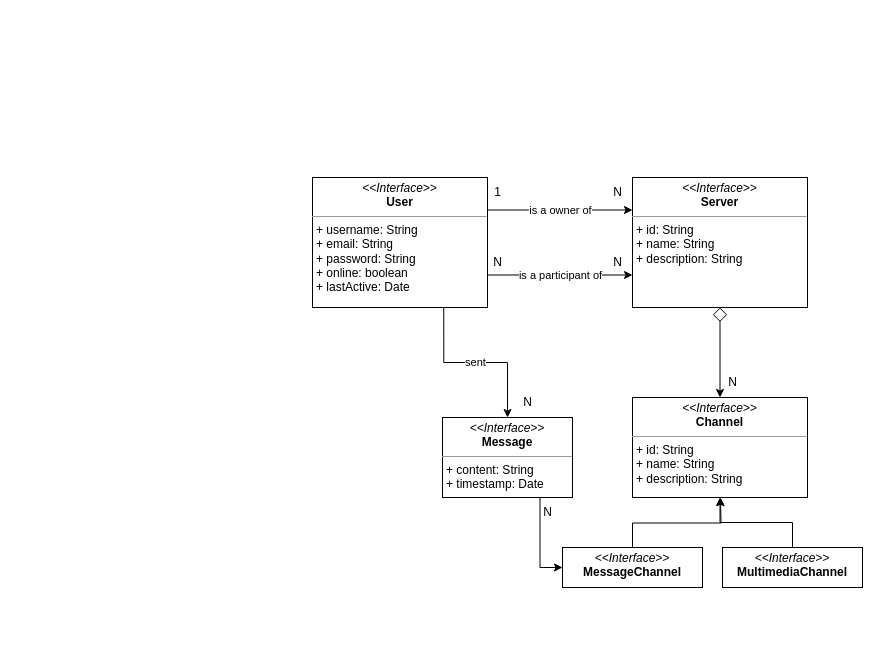
zucchero-sintattico/piperchat keeps this draw.io diagram as page "Dominio" (10 of 11) of resources/piperchat.drawio. Above is the earlier version. Source tidied: cells renumbered, new cells numbered last; positions are measured from the earlier drawing's top-left corner, leaving out a move shared by most shapes. Both pictures are drawn from the tidied source at 100%, with x=0, y=0 at pixel (312, 177).
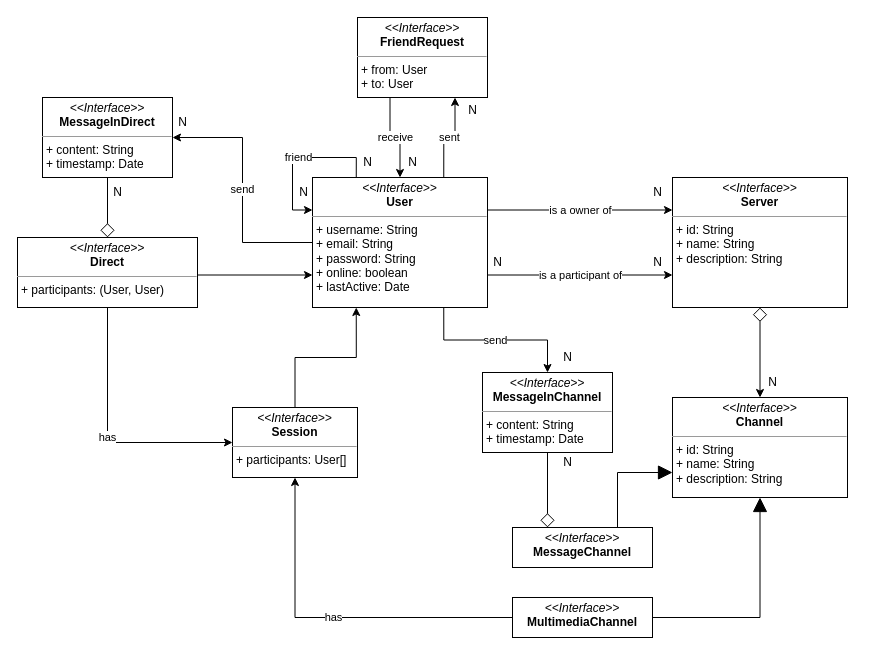
The same diagram, later.

The change refers to these unchanged cells:
```xml
<mxCell id="5" value="&lt;p style=&quot;margin:0px;margin-top:4px;text-align:center;&quot;&gt;&lt;i&gt;&amp;lt;&amp;lt;Interface&amp;gt;&amp;gt;&lt;/i&gt;&lt;br&gt;&lt;b&gt;User&lt;/b&gt;&lt;/p&gt;&lt;hr size=&quot;1&quot;&gt;&lt;p style=&quot;margin:0px;margin-left:4px;&quot;&gt;+ username: String&lt;/p&gt;&lt;p style=&quot;margin:0px;margin-left:4px;&quot;&gt;+ email: String&lt;/p&gt;&lt;p style=&quot;margin:0px;margin-left:4px;&quot;&gt;+ password: String&lt;/p&gt;&lt;p style=&quot;margin:0px;margin-left:4px;&quot;&gt;+ online: boolean&lt;/p&gt;&lt;p style=&quot;margin:0px;margin-left:4px;&quot;&gt;+ lastActive: Date&lt;/p&gt;" style="verticalAlign=top;align=left;overflow=fill;fontSize=12;fontFamily=Helvetica;html=1;whiteSpace=wrap;" parent="1" vertex="1">
  <mxGeometry width="175" height="130" as="geometry" />
</mxCell>
```

The edit, as a diff of the source:
```diff
@@
-    <mxCell id="4" value="sent" style="edgeStyle=orthogonalEdgeStyle;rounded=0;jettySize=auto;html=1;exitX=0.75;exitY=1;exitDx=0;exitDy=0;entryX=0.5;entryY=0;entryDx=0;entryDy=0;" parent="1" edge="1" source="5" target="15">
+    <mxCell id="4" value="send" style="edgeStyle=orthogonalEdgeStyle;rounded=0;jettySize=auto;html=1;exitX=0.75;exitY=1;exitDx=0;exitDy=0;entryX=0.5;entryY=0;entryDx=0;entryDy=0;" parent="1" edge="1" source="5" target="15">
       <mxGeometry relative="1" as="geometry" />
     </mxCell>
+    <mxCell id="22" value="sent" style="edgeStyle=orthogonalEdgeStyle;rounded=0;jettySize=auto;html=1;exitX=0.75;exitY=0;exitDx=0;exitDy=0;entryX=0.75;entryY=1;entryDx=0;entryDy=0;" parent="1" edge="1" source="5" target="27">
+      <mxGeometry relative="1" as="geometry" />
+    </mxCell>
+    <mxCell id="23" value="send" style="edgeStyle=orthogonalEdgeStyle;rounded=0;jettySize=auto;html=1;exitX=0;exitY=0.5;exitDx=0;exitDy=0;entryX=1;entryY=0.5;entryDx=0;entryDy=0;" parent="1" edge="1" source="5" target="37">
+      <mxGeometry relative="1" as="geometry" />
+    </mxCell>
@@
     <mxCell id="7" value="&lt;p style=&quot;margin:0px;margin-top:4px;text-align:center;&quot;&gt;&lt;i&gt;&amp;lt;&amp;lt;Interface&amp;gt;&amp;gt;&lt;/i&gt;&lt;br&gt;&lt;b&gt;Server&lt;/b&gt;&lt;/p&gt;&lt;hr size=&quot;1&quot;&gt;&lt;p style=&quot;margin:0px;margin-left:4px;&quot;&gt;+ id: String&lt;/p&gt;&lt;p style=&quot;margin:0px;margin-left:4px;&quot;&gt;+ name: String&lt;/p&gt;&lt;p style=&quot;margin:0px;margin-left:4px;&quot;&gt;+ description: String&lt;/p&gt;&lt;p style=&quot;margin:0px;margin-left:4px;&quot;&gt;&lt;br&gt;&lt;/p&gt;" style="verticalAlign=top;align=left;overflow=fill;fontSize=12;fontFamily=Helvetica;html=1;whiteSpace=wrap;" parent="1" vertex="1">
-      <mxGeometry x="320" width="175" height="130" as="geometry" />
+      <mxGeometry x="360" width="175" height="130" as="geometry" />
     </mxCell>
     <mxCell id="8" value="N" style="text;html=1;align=center;verticalAlign=middle;strokeColor=none;fillColor=none;" parent="1" vertex="1">
-      <mxGeometry x="290" y="70" width="30" height="30" as="geometry" />
+      <mxGeometry x="330" y="70" width="30" height="30" as="geometry" />
     </mxCell>
@@
-    <mxCell id="10" value="1" style="text;html=1;align=center;verticalAlign=middle;strokeColor=none;fillColor=none;" parent="1" vertex="1">
-      <mxGeometry x="170" width="30" height="30" as="geometry" />
-    </mxCell>
     <mxCell id="11" value="N" style="text;html=1;align=center;verticalAlign=middle;strokeColor=none;fillColor=none;" parent="1" vertex="1">
-      <mxGeometry x="290" width="30" height="30" as="geometry" />
+      <mxGeometry x="330" width="30" height="30" as="geometry" />
     </mxCell>
     <mxCell id="12" value="&lt;p style=&quot;margin:0px;margin-top:4px;text-align:center;&quot;&gt;&lt;i&gt;&amp;lt;&amp;lt;Interface&amp;gt;&amp;gt;&lt;/i&gt;&lt;br&gt;&lt;b&gt;Channel&lt;/b&gt;&lt;/p&gt;&lt;hr size=&quot;1&quot;&gt;&lt;p style=&quot;margin:0px;margin-left:4px;&quot;&gt;+ id: String&lt;/p&gt;&lt;p style=&quot;margin:0px;margin-left:4px;&quot;&gt;+ name: String&lt;/p&gt;&lt;p style=&quot;margin:0px;margin-left:4px;&quot;&gt;+ description: String&lt;/p&gt;" style="verticalAlign=top;align=left;overflow=fill;fontSize=12;fontFamily=Helvetica;html=1;whiteSpace=wrap;" parent="1" vertex="1">
-      <mxGeometry x="320" y="220" width="175" height="100" as="geometry" />
+      <mxGeometry x="360" y="220" width="175" height="100" as="geometry" />
     </mxCell>
     <mxCell id="13" value="N" style="text;html=1;align=center;verticalAlign=middle;strokeColor=none;fillColor=none;" parent="1" vertex="1">
-      <mxGeometry x="405" y="190" width="30" height="30" as="geometry" />
+      <mxGeometry x="445" y="190" width="30" height="30" as="geometry" />
     </mxCell>
-    <mxCell id="14" style="edgeStyle=orthogonalEdgeStyle;rounded=0;jettySize=auto;html=1;exitX=0.75;exitY=1;exitDx=0;exitDy=0;entryX=0;entryY=0.5;entryDx=0;entryDy=0;" parent="1" edge="1" source="15" target="17">
+    <mxCell id="14" style="edgeStyle=orthogonalEdgeStyle;rounded=0;jettySize=auto;html=1;exitX=0.5;exitY=1;exitDx=0;exitDy=0;entryX=0.25;entryY=0;entryDx=0;entryDy=0;endArrow=diamond;endFill=0;startSize=12;endSize=12;" parent="1" edge="1" source="15" target="17">
       <mxGeometry relative="1" as="geometry" />
     </mxCell>
-    <mxCell id="15" value="&lt;p style=&quot;margin:0px;margin-top:4px;text-align:center;&quot;&gt;&lt;i&gt;&amp;lt;&amp;lt;Interface&amp;gt;&amp;gt;&lt;/i&gt;&lt;br&gt;&lt;b&gt;Message&lt;/b&gt;&lt;/p&gt;&lt;hr size=&quot;1&quot;&gt;&lt;p style=&quot;margin:0px;margin-left:4px;&quot;&gt;+ content: String&lt;/p&gt;&lt;p style=&quot;margin:0px;margin-left:4px;&quot;&gt;+ timestamp: Date&lt;/p&gt;&lt;p style=&quot;margin:0px;margin-left:4px;&quot;&gt;&lt;br&gt;&lt;/p&gt;" style="verticalAlign=top;align=left;overflow=fill;fontSize=12;fontFamily=Helvetica;html=1;whiteSpace=wrap;" parent="1" vertex="1">
-      <mxGeometry x="130" y="240" width="130" height="80" as="geometry" />
+    <mxCell id="15" value="&lt;p style=&quot;margin:0px;margin-top:4px;text-align:center;&quot;&gt;&lt;i&gt;&amp;lt;&amp;lt;Interface&amp;gt;&amp;gt;&lt;/i&gt;&lt;br&gt;&lt;b&gt;MessageInChannel&lt;/b&gt;&lt;/p&gt;&lt;hr size=&quot;1&quot;&gt;&lt;p style=&quot;margin:0px;margin-left:4px;&quot;&gt;+ content: String&lt;/p&gt;&lt;p style=&quot;margin:0px;margin-left:4px;&quot;&gt;+ timestamp: Date&lt;/p&gt;&lt;p style=&quot;margin:0px;margin-left:4px;&quot;&gt;&lt;br&gt;&lt;/p&gt;" style="verticalAlign=top;align=left;overflow=fill;fontSize=12;fontFamily=Helvetica;html=1;whiteSpace=wrap;" parent="1" vertex="1">
+      <mxGeometry x="170" y="195" width="130" height="80" as="geometry" />
     </mxCell>
     <mxCell id="16" value="N" style="text;html=1;align=center;verticalAlign=middle;strokeColor=none;fillColor=none;" parent="1" vertex="1">
-      <mxGeometry x="200" y="210" width="30" height="30" as="geometry" />
+      <mxGeometry x="240" y="165" width="30" height="30" as="geometry" />
     </mxCell>
+    <mxCell id="24" style="edgeStyle=orthogonalEdgeStyle;rounded=0;jettySize=auto;html=1;exitX=0.75;exitY=0;exitDx=0;exitDy=0;entryX=0;entryY=0.75;entryDx=0;entryDy=0;endArrow=block;endFill=1;endSize=12;" parent="1" edge="1" source="17" target="12">
+      <mxGeometry relative="1" as="geometry" />
+    </mxCell>
     <mxCell id="17" value="&lt;p style=&quot;margin:0px;margin-top:4px;text-align:center;&quot;&gt;&lt;i&gt;&amp;lt;&amp;lt;Interface&amp;gt;&amp;gt;&lt;/i&gt;&lt;br&gt;&lt;b&gt;MessageChannel&lt;/b&gt;&lt;/p&gt;&lt;p style=&quot;margin:0px;margin-left:4px;&quot;&gt;&lt;br&gt;&lt;/p&gt;" style="verticalAlign=top;align=left;overflow=fill;fontSize=12;fontFamily=Helvetica;html=1;whiteSpace=wrap;" parent="1" vertex="1">
-      <mxGeometry x="250" y="370" width="140" height="40" as="geometry" />
+      <mxGeometry x="200" y="350" width="140" height="40" as="geometry" />
     </mxCell>
-    <mxCell id="18" style="edgeStyle=orthogonalEdgeStyle;rounded=0;jettySize=auto;html=1;exitX=0.5;exitY=0;exitDx=0;exitDy=0;entryX=0.5;entryY=1;entryDx=0;entryDy=0;" parent="1" edge="1" source="19" target="12">
+    <mxCell id="18" style="edgeStyle=orthogonalEdgeStyle;rounded=0;jettySize=auto;html=1;exitX=1;exitY=0.5;exitDx=0;exitDy=0;entryX=0.5;entryY=1;entryDx=0;entryDy=0;endArrow=block;endFill=1;endSize=12;" parent="1" edge="1" source="19" target="12">
       <mxGeometry relative="1" as="geometry" />
     </mxCell>
+    <mxCell id="25" value="has" style="edgeStyle=orthogonalEdgeStyle;rounded=0;jettySize=auto;html=1;exitX=0;exitY=0.5;exitDx=0;exitDy=0;entryX=0.5;entryY=1;entryDx=0;entryDy=0;" parent="1" edge="1" source="19" target="41">
+      <mxGeometry relative="1" as="geometry" />
+    </mxCell>
     <mxCell id="19" value="&lt;p style=&quot;margin:0px;margin-top:4px;text-align:center;&quot;&gt;&lt;i&gt;&amp;lt;&amp;lt;Interface&amp;gt;&amp;gt;&lt;/i&gt;&lt;br&gt;&lt;b&gt;MultimediaChannel&lt;/b&gt;&lt;/p&gt;&lt;p style=&quot;margin:0px;margin-left:4px;&quot;&gt;&lt;br&gt;&lt;/p&gt;" style="verticalAlign=top;align=left;overflow=fill;fontSize=12;fontFamily=Helvetica;html=1;whiteSpace=wrap;" parent="1" vertex="1">
-      <mxGeometry x="410" y="370" width="140" height="40" as="geometry" />
+      <mxGeometry x="200" y="420" width="140" height="40" as="geometry" />
     </mxCell>
-    <mxCell id="20" style="edgeStyle=orthogonalEdgeStyle;rounded=0;jettySize=auto;html=1;exitX=0.5;exitY=0;exitDx=0;exitDy=0;" parent="1" edge="1" source="17">
-      <mxGeometry relative="1" as="geometry">
-        <mxPoint x="408" y="320" as="targetPoint" />
-      </mxGeometry>
-    </mxCell>
     <mxCell id="21" value="N" style="text;html=1;align=center;verticalAlign=middle;strokeColor=none;fillColor=none;" parent="1" vertex="1">
-      <mxGeometry x="220" y="320" width="30" height="30" as="geometry" />
+      <mxGeometry x="240" y="270" width="30" height="30" as="geometry" />
     </mxCell>
+    <mxCell id="26" value="receive" style="edgeStyle=orthogonalEdgeStyle;rounded=0;jettySize=auto;html=1;exitX=0.25;exitY=1;exitDx=0;exitDy=0;entryX=0.5;entryY=0;entryDx=0;entryDy=0;" parent="1" edge="1" source="27" target="5">
+      <mxGeometry relative="1" as="geometry" />
+    </mxCell>
+    <mxCell id="27" value="&lt;p style=&quot;margin:0px;margin-top:4px;text-align:center;&quot;&gt;&lt;i&gt;&amp;lt;&amp;lt;Interface&amp;gt;&amp;gt;&lt;/i&gt;&lt;br&gt;&lt;b&gt;FriendRequest&lt;/b&gt;&lt;/p&gt;&lt;hr size=&quot;1&quot;&gt;&lt;p style=&quot;margin:0px;margin-left:4px;&quot;&gt;+ from: User&lt;/p&gt;&lt;p style=&quot;margin:0px;margin-left:4px;&quot;&gt;+ to: User&lt;/p&gt;" style="verticalAlign=top;align=left;overflow=fill;fontSize=12;fontFamily=Helvetica;html=1;whiteSpace=wrap;" parent="1" vertex="1">
+      <mxGeometry x="45" y="-160" width="130" height="80" as="geometry" />
+    </mxCell>
+    <mxCell id="28" value="friend" style="edgeStyle=orthogonalEdgeStyle;rounded=0;orthogonalLoop=1;jettySize=auto;html=1;exitX=0.25;exitY=0;exitDx=0;exitDy=0;entryX=0;entryY=0.25;entryDx=0;entryDy=0;" parent="1" edge="1" source="5" target="5">
+      <mxGeometry relative="1" as="geometry">
+        <Array as="points">
+          <mxPoint x="44" y="-20" />
+          <mxPoint x="-20" y="-20" />
+          <mxPoint x="-20" y="33" />
+        </Array>
+      </mxGeometry>
+    </mxCell>
+    <mxCell id="29" value="N" style="text;html=1;align=center;verticalAlign=middle;strokeColor=none;fillColor=none;" parent="1" vertex="1">
+      <mxGeometry x="-24" width="30" height="30" as="geometry" />
+    </mxCell>
+    <mxCell id="30" value="N" style="text;html=1;align=center;verticalAlign=middle;strokeColor=none;fillColor=none;" parent="1" vertex="1">
+      <mxGeometry x="40" y="-30" width="30" height="30" as="geometry" />
+    </mxCell>
+    <mxCell id="31" value="N" style="text;html=1;align=center;verticalAlign=middle;strokeColor=none;fillColor=none;" parent="1" vertex="1">
+      <mxGeometry x="145" y="-82" width="30" height="30" as="geometry" />
+    </mxCell>
+    <mxCell id="32" value="N" style="text;html=1;align=center;verticalAlign=middle;strokeColor=none;fillColor=none;" parent="1" vertex="1">
+      <mxGeometry x="85" y="-30" width="30" height="30" as="geometry" />
+    </mxCell>
+    <mxCell id="33" style="edgeStyle=orthogonalEdgeStyle;rounded=0;jettySize=auto;html=1;exitX=1;exitY=0.5;exitDx=0;exitDy=0;entryX=0;entryY=0.75;entryDx=0;entryDy=0;" parent="1" edge="1" source="36" target="5">
+      <mxGeometry relative="1" as="geometry">
+        <Array as="points">
+          <mxPoint x="-115" y="98" />
+        </Array>
+      </mxGeometry>
+    </mxCell>
+    <mxCell id="34" style="edgeStyle=orthogonalEdgeStyle;rounded=0;jettySize=auto;html=1;exitX=0.5;exitY=0;exitDx=0;exitDy=0;entryX=0.5;entryY=1;entryDx=0;entryDy=0;endArrow=none;endFill=0;startArrow=diamond;startFill=0;endSize=12;startSize=12;" parent="1" edge="1" source="36" target="37">
+      <mxGeometry relative="1" as="geometry" />
+    </mxCell>
+    <mxCell id="35" value="has" style="edgeStyle=orthogonalEdgeStyle;rounded=0;jettySize=auto;html=1;exitX=0.5;exitY=1;exitDx=0;exitDy=0;entryX=0;entryY=0.5;entryDx=0;entryDy=0;" parent="1" edge="1" source="36" target="41">
+      <mxGeometry relative="1" as="geometry" />
+    </mxCell>
+    <mxCell id="36" value="&lt;p style=&quot;margin:0px;margin-top:4px;text-align:center;&quot;&gt;&lt;i&gt;&amp;lt;&amp;lt;Interface&amp;gt;&amp;gt;&lt;/i&gt;&lt;br&gt;&lt;b&gt;Direct&lt;/b&gt;&lt;/p&gt;&lt;hr size=&quot;1&quot;&gt;&lt;p style=&quot;margin:0px;margin-left:4px;&quot;&gt;+ participants: (User, User)&lt;/p&gt;&lt;p style=&quot;margin:0px;margin-left:4px;&quot;&gt;&lt;br&gt;&lt;/p&gt;" style="verticalAlign=top;align=left;overflow=fill;fontSize=12;fontFamily=Helvetica;html=1;whiteSpace=wrap;" parent="1" vertex="1">
+      <mxGeometry x="-295" y="60" width="180" height="70" as="geometry" />
+    </mxCell>
+    <mxCell id="37" value="&lt;p style=&quot;margin:0px;margin-top:4px;text-align:center;&quot;&gt;&lt;i&gt;&amp;lt;&amp;lt;Interface&amp;gt;&amp;gt;&lt;/i&gt;&lt;br&gt;&lt;b&gt;MessageInDirect&lt;/b&gt;&lt;/p&gt;&lt;hr size=&quot;1&quot;&gt;&lt;p style=&quot;margin:0px;margin-left:4px;&quot;&gt;+ content: String&lt;/p&gt;&lt;p style=&quot;margin:0px;margin-left:4px;&quot;&gt;+ timestamp: Date&lt;/p&gt;&lt;p style=&quot;margin:0px;margin-left:4px;&quot;&gt;&lt;br&gt;&lt;/p&gt;" style="verticalAlign=top;align=left;overflow=fill;fontSize=12;fontFamily=Helvetica;html=1;whiteSpace=wrap;" parent="1" vertex="1">
+      <mxGeometry x="-270" y="-80" width="130" height="80" as="geometry" />
+    </mxCell>
+    <mxCell id="38" value="N" style="text;html=1;align=center;verticalAlign=middle;strokeColor=none;fillColor=none;" parent="1" vertex="1">
+      <mxGeometry x="-145" y="-70" width="30" height="30" as="geometry" />
+    </mxCell>
+    <mxCell id="39" value="N" style="text;html=1;align=center;verticalAlign=middle;strokeColor=none;fillColor=none;" parent="1" vertex="1">
+      <mxGeometry x="-210" width="30" height="30" as="geometry" />
+    </mxCell>
+    <mxCell id="40" style="edgeStyle=orthogonalEdgeStyle;rounded=0;jettySize=auto;html=1;exitX=0.5;exitY=0;exitDx=0;exitDy=0;entryX=0.25;entryY=1;entryDx=0;entryDy=0;" parent="1" edge="1" source="41" target="5">
+      <mxGeometry relative="1" as="geometry" />
+    </mxCell>
+    <mxCell id="41" value="&lt;p style=&quot;margin:0px;margin-top:4px;text-align:center;&quot;&gt;&lt;i&gt;&amp;lt;&amp;lt;Interface&amp;gt;&amp;gt;&lt;/i&gt;&lt;br&gt;&lt;b&gt;Session&lt;/b&gt;&lt;/p&gt;&lt;hr size=&quot;1&quot;&gt;&lt;p style=&quot;margin:0px;margin-left:4px;&quot;&gt;&lt;span style=&quot;background-color: initial;&quot;&gt;+ participants: User[]&lt;/span&gt;&lt;br&gt;&lt;/p&gt;&lt;p style=&quot;margin:0px;margin-left:4px;&quot;&gt;&lt;br&gt;&lt;/p&gt;" style="verticalAlign=top;align=left;overflow=fill;fontSize=12;fontFamily=Helvetica;html=1;whiteSpace=wrap;" parent="1" vertex="1">
+      <mxGeometry x="-80" y="230" width="125" height="70" as="geometry" />
+    </mxCell>
```
